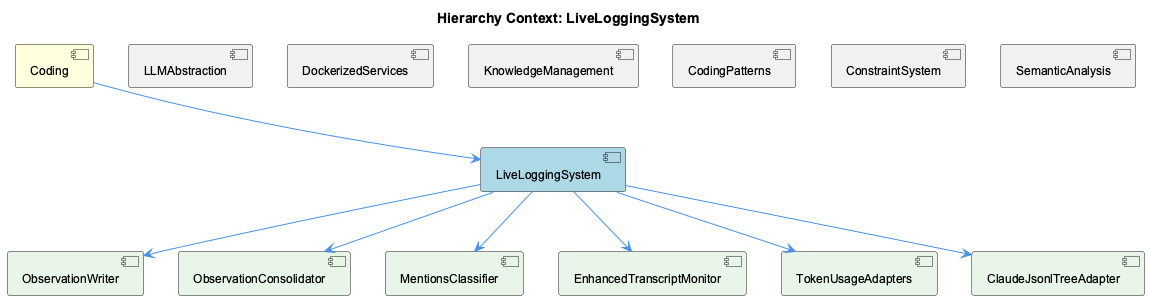
fwornle/coding keeps this PlantUML diagram as knowledge-management/insights/images/live-logging-system-relationship.png. Above is the earlier version.
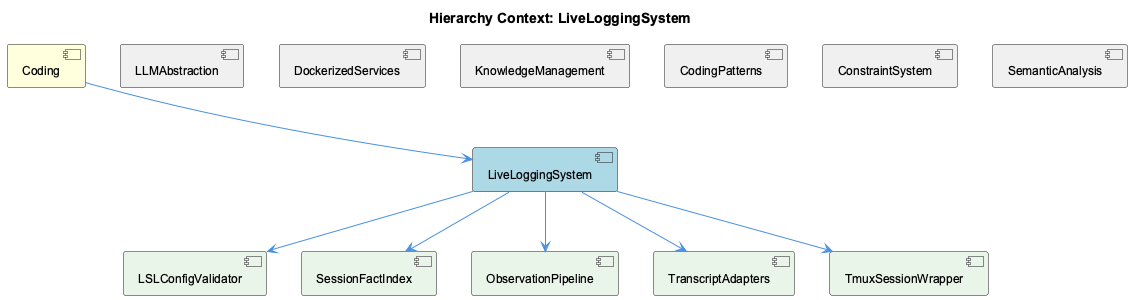
Later version of the same file.

The edit, as a diff of the source:
```diff
@@ -11,12 +11,11 @@
 [CodingPatterns] as coding_patterns #F0F0F0
 [ConstraintSystem] as constraint_system #F0F0F0
 [SemanticAnalysis] as semantic_analysis #F0F0F0
-[ObservationWriter] as observation_writer #E8F5E8
-[ObservationConsolidator] as observation_consolidator #E8F5E8
-[MentionsClassifier] as mentions_classifier #E8F5E8
-[EnhancedTranscriptMonitor] as enhanced_transcript_monitor #E8F5E8
-[TokenUsageAdapters] as token_usage_adapters #E8F5E8
-[ClaudeJsonlTreeAdapter] as claude_jsonl_tree_adapter #E8F5E8
+[LSLConfigValidator] as lslconfig_validator #E8F5E8
+[SessionFactIndex] as session_fact_index #E8F5E8
+[ObservationPipeline] as observation_pipeline #E8F5E8
+[TranscriptAdapters] as transcript_adapters #E8F5E8
+[TmuxSessionWrapper] as tmux_session_wrapper #E8F5E8
 
 coding --> live_logging_system
 llmabstraction -[hidden]- live_logging_system
@@ -25,11 +24,10 @@
 coding_patterns -[hidden]- live_logging_system
 constraint_system -[hidden]- live_logging_system
 semantic_analysis -[hidden]- live_logging_system
-live_logging_system --> observation_writer
-live_logging_system --> observation_consolidator
-live_logging_system --> mentions_classifier
-live_logging_system --> enhanced_transcript_monitor
-live_logging_system --> token_usage_adapters
-live_logging_system --> claude_jsonl_tree_adapter
+live_logging_system --> lslconfig_validator
+live_logging_system --> session_fact_index
+live_logging_system --> observation_pipeline
+live_logging_system --> transcript_adapters
+live_logging_system --> tmux_session_wrapper
 
 @enduml
```
